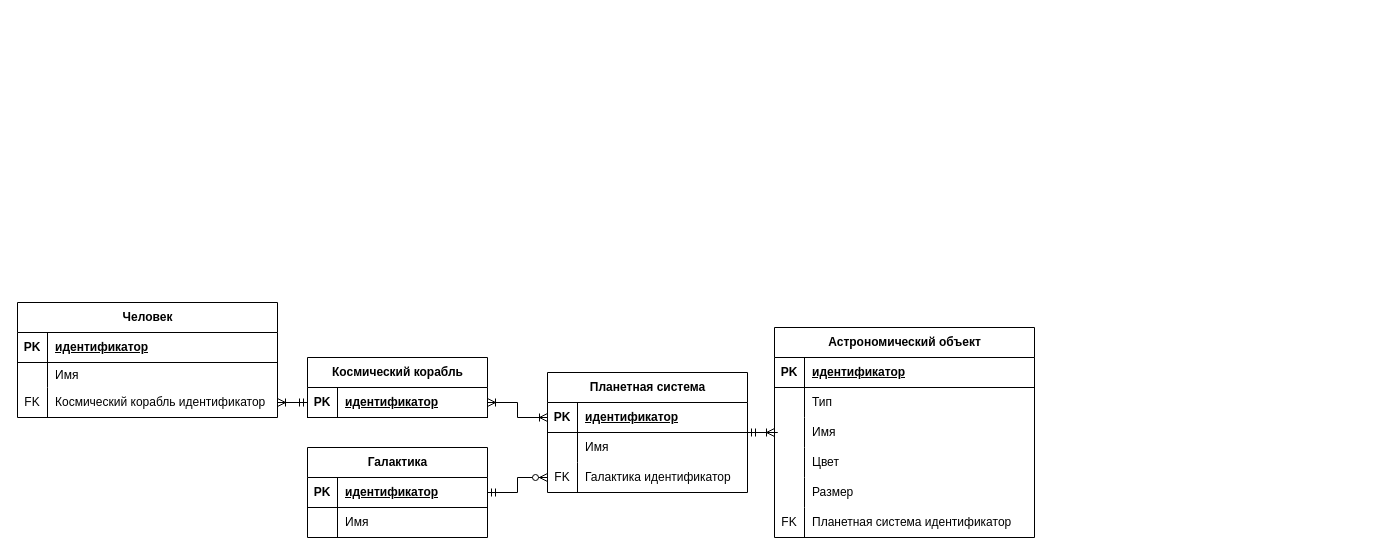
The draw.io diagram Report/Diagrams/diag1.drawio in tplaymeow/itmo-databases-lab1, before the edit. Source tidied: cells renumbered, new cells numbered last; positions are measured from the earlier drawing's top-left corner, leaving out a move shared by most shapes. Both pictures are drawn from the tidied source at 100%, with x=0, y=0 at pixel (17, 302).
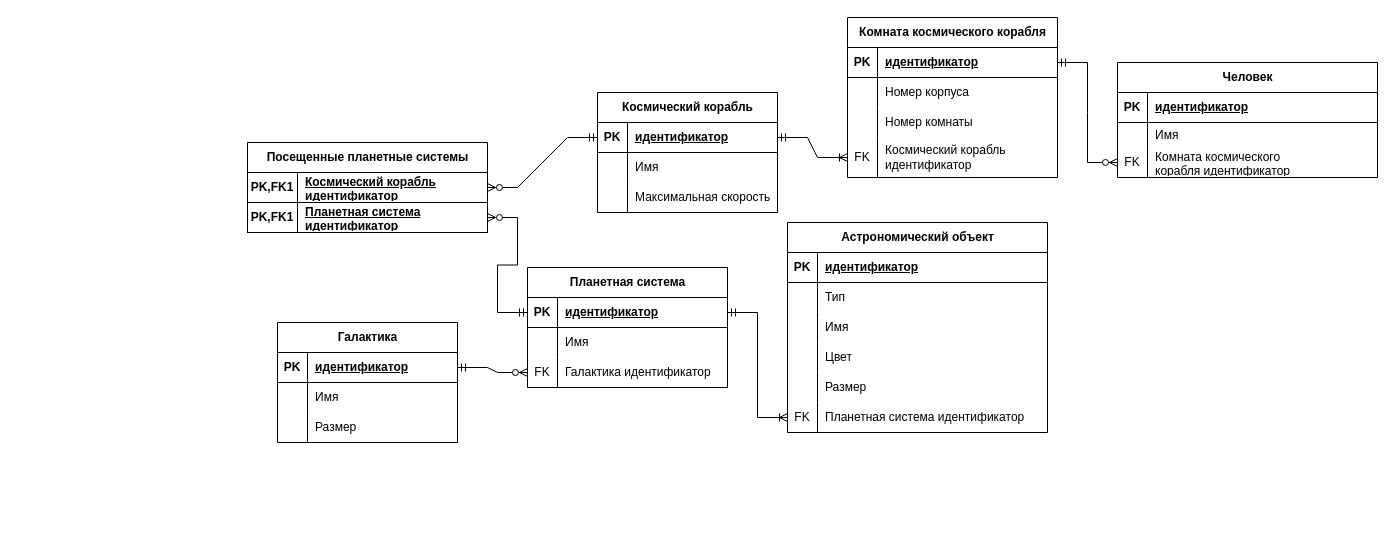
After the change.

The change refers to these unchanged cells:
```xml
<mxCell id="10" style="shape=tableRow;horizontal=0;startSize=0;swimlaneHead=0;swimlaneBody=0;fillColor=none;points=[[0,0.5],[1,0.5]];portConstraint=eastwest;top=0;left=0;right=0;bottom=1;" parent="9" vertex="1">
  <mxGeometry y="30" width="200" height="30" as="geometry" />
</mxCell>
<mxCell id="16" style="shape=tableRow;horizontal=0;startSize=0;swimlaneHead=0;swimlaneBody=0;fillColor=none;points=[[0,0.5],[1,0.5]];portConstraint=eastwest;top=0;left=0;right=0;bottom=0;" parent="9" vertex="1">
  <mxGeometry y="90" width="200" height="30" as="geometry" />
</mxCell>
<mxCell id="36" style="shape=tableRow;horizontal=0;startSize=0;swimlaneHead=0;swimlaneBody=0;fillColor=none;points=[[0,0.5],[1,0.5]];portConstraint=eastwest;top=0;left=0;right=0;bottom=0;" parent="20" vertex="1">
  <mxGeometry y="180" width="260" height="30" as="geometry" />
</mxCell>
<mxCell id="46" style="shape=tableRow;horizontal=0;startSize=0;swimlaneHead=0;swimlaneBody=0;fillColor=none;points=[[0,0.5],[1,0.5]];portConstraint=eastwest;top=0;left=0;right=0;bottom=0;" parent="39" vertex="1">
  <mxGeometry y="85" width="260" height="30" as="geometry" />
</mxCell>
```

The edit, as a diff of the source:
```diff
@@
-    <mxCell id="2" value="Галактика" style="shape=table;startSize=30;childLayout=tableLayout;rowLines=0;fontStyle=1;align=center;html=1;" parent="1" vertex="1">
-      <mxGeometry x="290" y="145" width="180" height="90" as="geometry" />
-    </mxCell>
-    <mxCell id="3" style="shape=tableRow;horizontal=0;startSize=0;swimlaneHead=0;swimlaneBody=0;fillColor=none;top=0;left=0;right=0;bottom=1;" parent="2" vertex="1">
-      <mxGeometry y="30" width="180" height="30" as="geometry" />
-    </mxCell>
-    <mxCell id="4" value="PK" style="shape=partialRectangle;fillColor=none;top=0;left=0;bottom=0;right=0;fontStyle=1;overflow=hidden;whiteSpace=wrap;html=1;" parent="3" vertex="1">
-      <mxGeometry width="30" height="30" as="geometry" />
-    </mxCell>
-    <mxCell id="5" value="идентификатор" style="shape=partialRectangle;fillColor=none;top=0;left=0;bottom=0;right=0;align=left;spacingLeft=6;fontStyle=5;overflow=hidden;whiteSpace=wrap;html=1;" parent="3" vertex="1">
-      <mxGeometry x="30" width="150" height="30" as="geometry" />
-    </mxCell>
-    <mxCell id="6" style="shape=tableRow;horizontal=0;startSize=0;swimlaneHead=0;swimlaneBody=0;fillColor=none;top=0;left=0;right=0;bottom=0;" parent="2" vertex="1">
-      <mxGeometry y="60" width="180" height="30" as="geometry" />
-    </mxCell>
-    <mxCell id="7" style="shape=partialRectangle;fillColor=none;top=0;left=0;bottom=0;right=0;overflow=hidden;whiteSpace=wrap;html=1;" parent="6" vertex="1">
-      <mxGeometry width="30" height="30" as="geometry" />
-    </mxCell>
-    <mxCell id="8" value="Имя" style="shape=partialRectangle;fillColor=none;top=0;left=0;bottom=0;right=0;align=left;spacingLeft=6;overflow=hidden;whiteSpace=wrap;html=1;" parent="6" vertex="1">
-      <mxGeometry x="30" width="150" height="30" as="geometry" />
-    </mxCell>
     <mxCell id="9" value="Планетная система" style="shape=table;startSize=30;childLayout=tableLayout;rowLines=0;fontStyle=1;align=center;html=1;" parent="1" vertex="1">
-      <mxGeometry x="530" y="70" width="200" height="120" as="geometry" />
+      <mxGeometry x="510" y="-35" width="200" height="120" as="geometry" />
     </mxCell>
@@
-    <mxCell id="19" style="edgeStyle=entityRelationEdgeStyle;fontSize=12;html=1;endArrow=ERzeroToMany;startArrow=ERmandOne;rounded=0;entryX=0;entryY=0.5;entryDx=0;entryDy=0;" parent="1" edge="1" source="2" target="16">
+    <mxCell id="19" style="edgeStyle=entityRelationEdgeStyle;fontSize=12;html=1;endArrow=ERzeroToMany;startArrow=ERmandOne;rounded=0;entryX=0;entryY=0.5;entryDx=0;entryDy=0;exitX=1;exitY=0.5;exitDx=0;exitDy=0;" parent="1" edge="1" source="88" target="16">
       <mxGeometry relative="1" as="geometry" />
     </mxCell>
     <mxCell id="20" value="&lt;div&gt;Астрономический объект&lt;/div&gt;" style="shape=table;startSize=30;childLayout=tableLayout;rowLines=0;fontStyle=1;align=center;html=1;" parent="1" vertex="1">
-      <mxGeometry x="757" y="25" width="260" height="210" as="geometry" />
+      <mxGeometry x="770" y="-80" width="260" height="210" as="geometry" />
     </mxCell>
@@
     <mxCell id="39" value="Человек" style="shape=table;startSize=30;childLayout=tableLayout;rowLines=0;fontStyle=1;align=center;html=1;" parent="1" vertex="1">
-      <mxGeometry width="260" height="115" as="geometry" />
+      <mxGeometry x="1100" y="-240" width="260" height="115" as="geometry" />
     </mxCell>
@@
-    <mxCell id="48" value="Космический корабль идентификатор" style="shape=partialRectangle;fillColor=none;top=0;left=0;bottom=0;right=0;align=left;spacingLeft=6;overflow=hidden;whiteSpace=wrap;html=1;" parent="46" vertex="1">
+    <mxCell id="48" value="Комната космического корабля&amp;nbsp;идентификатор" style="shape=partialRectangle;fillColor=none;top=0;left=0;bottom=0;right=0;align=left;spacingLeft=6;overflow=hidden;whiteSpace=wrap;html=1;" parent="46" vertex="1">
       <mxGeometry x="30" width="230" height="30" as="geometry" />
     </mxCell>
-    <mxCell id="49" value="Космический корабль" style="shape=table;startSize=30;childLayout=tableLayout;rowLines=0;fontStyle=1;align=center;html=1;" parent="1" vertex="1">
-      <mxGeometry x="290" y="55" width="180" height="60" as="geometry" />
-    </mxCell>
-    <mxCell id="50" style="shape=tableRow;horizontal=0;startSize=0;swimlaneHead=0;swimlaneBody=0;fillColor=none;points=[[0,0.5],[1,0.5]];portConstraint=eastwest;top=0;left=0;right=0;bottom=1;" parent="49" vertex="1">
-      <mxGeometry y="30" width="180" height="30" as="geometry" />
-    </mxCell>
-    <mxCell id="51" value="PK" style="shape=partialRectangle;fillColor=none;top=0;left=0;bottom=0;right=0;fontStyle=1;overflow=hidden;whiteSpace=wrap;html=1;" parent="50" vertex="1">
-      <mxGeometry width="30" height="30" as="geometry" />
-    </mxCell>
-    <mxCell id="52" value="идентификатор" style="shape=partialRectangle;fillColor=none;top=0;left=0;bottom=0;right=0;align=left;spacingLeft=6;fontStyle=5;overflow=hidden;whiteSpace=wrap;html=1;" parent="50" vertex="1">
-      <mxGeometry x="30" width="150" height="30" as="geometry" />
-    </mxCell>
-    <mxCell id="53" style="edgeStyle=entityRelationEdgeStyle;fontSize=12;html=1;endArrow=ERoneToMany;startArrow=ERmandOne;rounded=0;entryX=1;entryY=0.5;entryDx=0;entryDy=0;exitX=0;exitY=0.5;exitDx=0;exitDy=0;" parent="1" edge="1" source="50" target="46">
+    <mxCell id="53" style="edgeStyle=entityRelationEdgeStyle;fontSize=12;html=1;endArrow=ERoneToMany;startArrow=ERmandOne;rounded=0;exitX=1;exitY=0.5;exitDx=0;exitDy=0;entryX=0;entryY=0.5;entryDx=0;entryDy=0;" parent="1" edge="1" source="56" target="84">
       <mxGeometry relative="1" as="geometry" />
     </mxCell>
-    <mxCell id="54" style="edgeStyle=entityRelationEdgeStyle;fontSize=12;html=1;endArrow=ERoneToMany;startArrow=ERmandOne;rounded=0;" parent="1" edge="1" source="9" target="20">
+    <mxCell id="54" style="edgeStyle=entityRelationEdgeStyle;fontSize=12;html=1;endArrow=ERoneToMany;startArrow=ERmandOne;rounded=0;entryX=0;entryY=0.5;entryDx=0;entryDy=0;" parent="1" edge="1" source="10" target="36">
       <mxGeometry relative="1" as="geometry" />
     </mxCell>
-    <mxCell id="55" style="edgeStyle=entityRelationEdgeStyle;fontSize=12;html=1;endArrow=ERoneToMany;startArrow=ERoneToMany;rounded=0;exitX=0;exitY=0.5;exitDx=0;exitDy=0;entryX=1;entryY=0.5;entryDx=0;entryDy=0;" parent="1" edge="1" source="10" target="50">
-      <mxGeometry relative="1" as="geometry" />
-    </mxCell>
+    <mxCell id="49" value="Космический корабль" style="shape=table;startSize=30;childLayout=tableLayout;rowLines=0;fontStyle=1;align=center;html=1;" parent="1" vertex="1">
+      <mxGeometry x="580" y="-210" width="180" height="120" as="geometry" />
+    </mxCell>
+    <mxCell id="56" style="shape=tableRow;horizontal=0;startSize=0;swimlaneHead=0;swimlaneBody=0;fillColor=none;points=[[0,0.5],[1,0.5]];portConstraint=eastwest;top=0;left=0;right=0;bottom=1;" parent="49" vertex="1">
+      <mxGeometry y="30" width="180" height="30" as="geometry" />
+    </mxCell>
+    <mxCell id="57" value="PK" style="shape=partialRectangle;fillColor=none;top=0;left=0;bottom=0;right=0;fontStyle=1;overflow=hidden;whiteSpace=wrap;html=1;" parent="56" vertex="1">
+      <mxGeometry width="30" height="30" as="geometry" />
+    </mxCell>
+    <mxCell id="58" value="идентификатор" style="shape=partialRectangle;fillColor=none;top=0;left=0;bottom=0;right=0;align=left;spacingLeft=6;fontStyle=5;overflow=hidden;whiteSpace=wrap;html=1;" parent="56" vertex="1">
+      <mxGeometry x="30" width="150" height="30" as="geometry" />
+    </mxCell>
+    <mxCell id="59" style="shape=tableRow;horizontal=0;startSize=0;swimlaneHead=0;swimlaneBody=0;fillColor=none;top=0;left=0;right=0;bottom=0;" parent="49" vertex="1">
+      <mxGeometry y="60" width="180" height="30" as="geometry" />
+    </mxCell>
+    <mxCell id="60" style="shape=partialRectangle;fillColor=none;top=0;left=0;bottom=0;right=0;overflow=hidden;whiteSpace=wrap;html=1;" parent="59" vertex="1">
+      <mxGeometry width="30" height="30" as="geometry" />
+    </mxCell>
+    <mxCell id="61" value="Имя" style="shape=partialRectangle;fillColor=none;top=0;left=0;bottom=0;right=0;align=left;spacingLeft=6;overflow=hidden;whiteSpace=wrap;html=1;" parent="59" vertex="1">
+      <mxGeometry x="30" width="150" height="30" as="geometry" />
+    </mxCell>
+    <mxCell id="62" style="shape=tableRow;horizontal=0;startSize=0;swimlaneHead=0;swimlaneBody=0;fillColor=none;top=0;left=0;right=0;bottom=0;" parent="49" vertex="1">
+      <mxGeometry y="90" width="180" height="30" as="geometry" />
+    </mxCell>
+    <mxCell id="63" style="shape=partialRectangle;fillColor=none;top=0;left=0;bottom=0;right=0;overflow=hidden;whiteSpace=wrap;html=1;" parent="62" vertex="1">
+      <mxGeometry width="30" height="30" as="geometry" />
+    </mxCell>
+    <mxCell id="64" value="Максимальная скорость" style="shape=partialRectangle;fillColor=none;top=0;left=0;bottom=0;right=0;align=left;spacingLeft=6;overflow=hidden;whiteSpace=wrap;html=1;" parent="62" vertex="1">
+      <mxGeometry x="30" width="150" height="30" as="geometry" />
+    </mxCell>
+    <mxCell id="65" value="Посещенные планетные системы" style="shape=table;startSize=30;childLayout=tableLayout;rowLines=0;fontStyle=1;align=center;html=1;" parent="1" vertex="1">
+      <mxGeometry x="230" y="-160" width="240" height="90" as="geometry" />
+    </mxCell>
+    <mxCell id="66" style="shape=tableRow;horizontal=0;startSize=0;swimlaneHead=0;swimlaneBody=0;fillColor=none;points=[[0,0.5],[1,0.5]];portConstraint=eastwest;top=0;left=0;right=0;bottom=1;" parent="65" vertex="1">
+      <mxGeometry y="30" width="240" height="30" as="geometry" />
+    </mxCell>
+    <mxCell id="67" value="PK,FK1" style="shape=partialRectangle;fillColor=none;top=0;left=0;bottom=0;right=0;fontStyle=1;overflow=hidden;whiteSpace=wrap;html=1;" parent="66" vertex="1">
+      <mxGeometry width="50" height="30" as="geometry" />
+    </mxCell>
+    <mxCell id="68" value="Космический корабль идентификатор" style="shape=partialRectangle;fillColor=none;top=0;left=0;bottom=0;right=0;align=left;spacingLeft=6;fontStyle=5;overflow=hidden;whiteSpace=wrap;html=1;" parent="66" vertex="1">
+      <mxGeometry x="50" width="190" height="30" as="geometry" />
+    </mxCell>
+    <mxCell id="69" style="shape=tableRow;horizontal=0;startSize=0;swimlaneHead=0;swimlaneBody=0;fillColor=none;points=[[0,0.5],[1,0.5]];portConstraint=eastwest;top=0;left=0;right=0;bottom=1;" parent="65" vertex="1">
+      <mxGeometry y="60" width="240" height="30" as="geometry" />
+    </mxCell>
+    <mxCell id="70" value="PK,FK1" style="shape=partialRectangle;fillColor=none;top=0;left=0;bottom=0;right=0;fontStyle=1;overflow=hidden;whiteSpace=wrap;html=1;" parent="69" vertex="1">
+      <mxGeometry width="50" height="30" as="geometry" />
+    </mxCell>
+    <mxCell id="71" value="Планетная система идентификатор" style="shape=partialRectangle;fillColor=none;top=0;left=0;bottom=0;right=0;align=left;spacingLeft=6;fontStyle=5;overflow=hidden;whiteSpace=wrap;html=1;" parent="69" vertex="1">
+      <mxGeometry x="50" width="190" height="30" as="geometry" />
+    </mxCell>
+    <mxCell id="72" style="edgeStyle=entityRelationEdgeStyle;fontSize=12;html=1;endArrow=ERzeroToMany;startArrow=ERmandOne;rounded=0;entryX=1;entryY=0.5;entryDx=0;entryDy=0;exitX=0;exitY=0.5;exitDx=0;exitDy=0;" parent="1" edge="1" source="10" target="69">
+      <mxGeometry relative="1" as="geometry" />
+    </mxCell>
+    <mxCell id="73" style="edgeStyle=entityRelationEdgeStyle;fontSize=12;html=1;endArrow=ERzeroToMany;startArrow=ERmandOne;rounded=0;exitX=0;exitY=0.5;exitDx=0;exitDy=0;entryX=1;entryY=0.5;entryDx=0;entryDy=0;" parent="1" edge="1" source="56" target="66">
+      <mxGeometry relative="1" as="geometry" />
+    </mxCell>
+    <mxCell id="74" value="Комната космического корабля" style="shape=table;startSize=30;childLayout=tableLayout;rowLines=0;fontStyle=1;align=center;html=1;" parent="1" vertex="1">
+      <mxGeometry x="830" y="-285" width="210" height="160" as="geometry" />
+    </mxCell>
+    <mxCell id="75" style="shape=tableRow;horizontal=0;startSize=0;swimlaneHead=0;swimlaneBody=0;fillColor=none;points=[[0,0.5],[1,0.5]];portConstraint=eastwest;top=0;left=0;right=0;bottom=1;" parent="74" vertex="1">
+      <mxGeometry y="30" width="210" height="30" as="geometry" />
+    </mxCell>
+    <mxCell id="76" value="PK" style="shape=partialRectangle;fillColor=none;top=0;left=0;bottom=0;right=0;fontStyle=1;overflow=hidden;whiteSpace=wrap;html=1;" parent="75" vertex="1">
+      <mxGeometry width="30" height="30" as="geometry" />
+    </mxCell>
+    <mxCell id="77" value="идентификатор" style="shape=partialRectangle;fillColor=none;top=0;left=0;bottom=0;right=0;align=left;spacingLeft=6;fontStyle=5;overflow=hidden;whiteSpace=wrap;html=1;" parent="75" vertex="1">
+      <mxGeometry x="30" width="180" height="30" as="geometry" />
+    </mxCell>
+    <mxCell id="78" style="shape=tableRow;horizontal=0;startSize=0;swimlaneHead=0;swimlaneBody=0;fillColor=none;top=0;left=0;right=0;bottom=0;" parent="74" vertex="1">
+      <mxGeometry y="60" width="210" height="30" as="geometry" />
+    </mxCell>
+    <mxCell id="79" style="shape=partialRectangle;fillColor=none;top=0;left=0;bottom=0;right=0;overflow=hidden;whiteSpace=wrap;html=1;" parent="78" vertex="1">
+      <mxGeometry width="30" height="30" as="geometry" />
+    </mxCell>
+    <mxCell id="80" value="Номер корпуса" style="shape=partialRectangle;fillColor=none;top=0;left=0;bottom=0;right=0;align=left;spacingLeft=6;overflow=hidden;whiteSpace=wrap;html=1;" parent="78" vertex="1">
+      <mxGeometry x="30" width="180" height="30" as="geometry" />
+    </mxCell>
+    <mxCell id="81" style="shape=tableRow;horizontal=0;startSize=0;swimlaneHead=0;swimlaneBody=0;fillColor=none;top=0;left=0;right=0;bottom=0;" parent="74" vertex="1">
+      <mxGeometry y="90" width="210" height="30" as="geometry" />
+    </mxCell>
+    <mxCell id="82" style="shape=partialRectangle;fillColor=none;top=0;left=0;bottom=0;right=0;overflow=hidden;whiteSpace=wrap;html=1;" parent="81" vertex="1">
+      <mxGeometry width="30" height="30" as="geometry" />
+    </mxCell>
+    <mxCell id="83" value="Номер комнаты" style="shape=partialRectangle;fillColor=none;top=0;left=0;bottom=0;right=0;align=left;spacingLeft=6;overflow=hidden;whiteSpace=wrap;html=1;" parent="81" vertex="1">
+      <mxGeometry x="30" width="180" height="30" as="geometry" />
+    </mxCell>
+    <mxCell id="84" style="shape=tableRow;horizontal=0;startSize=0;swimlaneHead=0;swimlaneBody=0;fillColor=none;points=[[0,0.5],[1,0.5]];portConstraint=eastwest;top=0;left=0;right=0;bottom=0;" parent="74" vertex="1">
+      <mxGeometry y="120" width="210" height="40" as="geometry" />
+    </mxCell>
+    <mxCell id="85" value="FK" style="shape=partialRectangle;fillColor=none;top=0;left=0;bottom=0;right=0;overflow=hidden;whiteSpace=wrap;html=1;" parent="84" vertex="1">
+      <mxGeometry width="30" height="40" as="geometry" />
+    </mxCell>
+    <mxCell id="86" value="Космический корабль идентификатор" style="shape=partialRectangle;fillColor=none;top=0;left=0;bottom=0;right=0;align=left;spacingLeft=6;overflow=hidden;whiteSpace=wrap;html=1;" parent="84" vertex="1">
+      <mxGeometry x="30" width="180" height="40" as="geometry" />
+    </mxCell>
+    <mxCell id="87" style="edgeStyle=entityRelationEdgeStyle;fontSize=12;html=1;endArrow=ERzeroToMany;startArrow=ERmandOne;rounded=0;entryX=0;entryY=0.5;entryDx=0;entryDy=0;exitX=1;exitY=0.5;exitDx=0;exitDy=0;" parent="1" edge="1" source="75" target="46">
+      <mxGeometry relative="1" as="geometry" />
+    </mxCell>
+    <mxCell id="2" value="Галактика" style="shape=table;startSize=30;childLayout=tableLayout;rowLines=0;fontStyle=1;align=center;html=1;" parent="1" vertex="1">
+      <mxGeometry x="260" y="20" width="180" height="120" as="geometry" />
+    </mxCell>
+    <mxCell id="88" style="shape=tableRow;horizontal=0;startSize=0;swimlaneHead=0;swimlaneBody=0;fillColor=none;points=[[0,0.5],[1,0.5]];portConstraint=eastwest;top=0;left=0;right=0;bottom=1;" parent="2" vertex="1">
+      <mxGeometry y="30" width="180" height="30" as="geometry" />
+    </mxCell>
+    <mxCell id="89" value="PK" style="shape=partialRectangle;fillColor=none;top=0;left=0;bottom=0;right=0;fontStyle=1;overflow=hidden;whiteSpace=wrap;html=1;" parent="88" vertex="1">
+      <mxGeometry width="30" height="30" as="geometry" />
+    </mxCell>
+    <mxCell id="90" value="идентификатор" style="shape=partialRectangle;fillColor=none;top=0;left=0;bottom=0;right=0;align=left;spacingLeft=6;fontStyle=5;overflow=hidden;whiteSpace=wrap;html=1;" parent="88" vertex="1">
+      <mxGeometry x="30" width="150" height="30" as="geometry" />
+    </mxCell>
+    <mxCell id="91" style="shape=tableRow;horizontal=0;startSize=0;swimlaneHead=0;swimlaneBody=0;fillColor=none;top=0;left=0;right=0;bottom=0;" parent="2" vertex="1">
+      <mxGeometry y="60" width="180" height="30" as="geometry" />
+    </mxCell>
+    <mxCell id="92" style="shape=partialRectangle;fillColor=none;top=0;left=0;bottom=0;right=0;overflow=hidden;whiteSpace=wrap;html=1;" parent="91" vertex="1">
+      <mxGeometry width="30" height="30" as="geometry" />
+    </mxCell>
+    <mxCell id="93" value="Имя" style="shape=partialRectangle;fillColor=none;top=0;left=0;bottom=0;right=0;align=left;spacingLeft=6;overflow=hidden;whiteSpace=wrap;html=1;" parent="91" vertex="1">
+      <mxGeometry x="30" width="150" height="30" as="geometry" />
+    </mxCell>
+    <mxCell id="94" style="shape=tableRow;horizontal=0;startSize=0;swimlaneHead=0;swimlaneBody=0;fillColor=none;top=0;left=0;right=0;bottom=0;" parent="2" vertex="1">
+      <mxGeometry y="90" width="180" height="30" as="geometry" />
+    </mxCell>
+    <mxCell id="95" style="shape=partialRectangle;fillColor=none;top=0;left=0;bottom=0;right=0;overflow=hidden;whiteSpace=wrap;html=1;" parent="94" vertex="1">
+      <mxGeometry width="30" height="30" as="geometry" />
+    </mxCell>
+    <mxCell id="96" value="Размер" style="shape=partialRectangle;fillColor=none;top=0;left=0;bottom=0;right=0;align=left;spacingLeft=6;overflow=hidden;whiteSpace=wrap;html=1;" parent="94" vertex="1">
+      <mxGeometry x="30" width="150" height="30" as="geometry" />
+    </mxCell>
```
